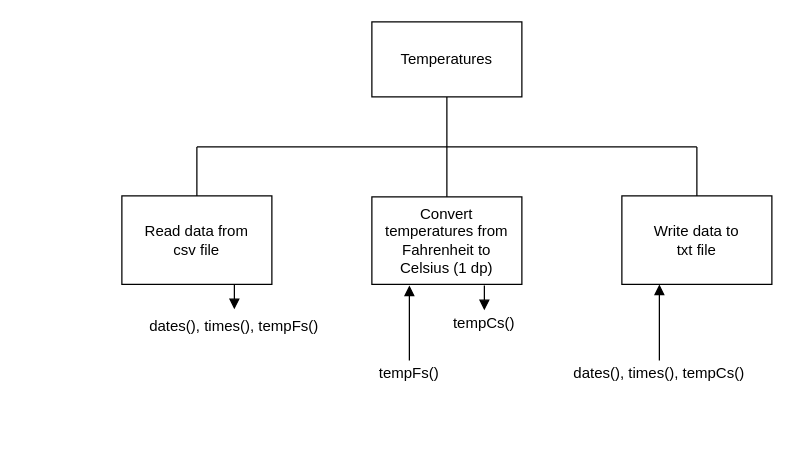
Above: page "sd" (1 of 2) of h-cs/sdd/H-SDD-Temperature/assets/H SDD Temperature.drawio in MrFriendCS/MrFriendCS.github.io (draw.io), before the change. Source tidied: cells renumbered, new cells numbered last; positions are measured from the earlier drawing's top-left corner, leaving out a move shared by most shapes. Both pictures are drawn from the tidied source at 125%, with x=0, y=0 at pixel (121, 21).
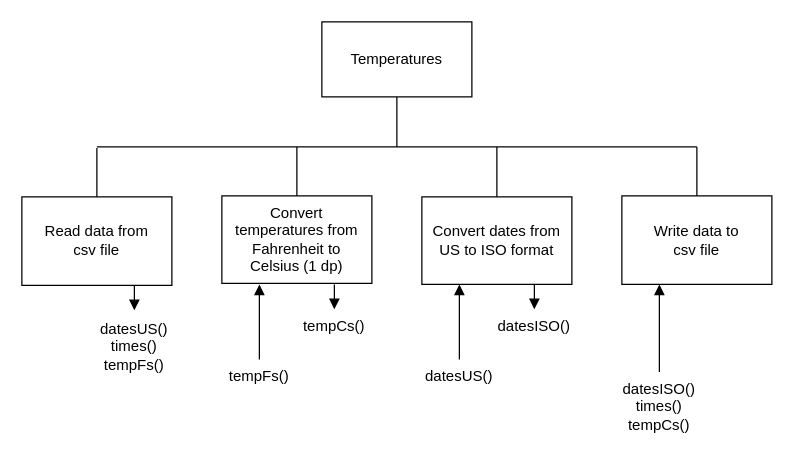
The same diagram, later.

Diff of the diagram source:
```diff
@@
-    <mxCell id="2" style="edgeStyle=orthogonalEdgeStyle;rounded=0;jettySize=auto;html=1;exitX=0.5;exitY=1;exitDx=0;exitDy=0;entryX=0.5;entryY=0;entryDx=0;entryDy=0;labelBackgroundColor=default;fontColor=default;strokeColor=default;endArrow=none;endFill=0;" parent="1" edge="1" source="3" target="15">
-      <mxGeometry relative="1" as="geometry" />
-    </mxCell>
+    <mxCell id="18" style="edgeStyle=orthogonalEdgeStyle;rounded=0;jettySize=auto;html=1;exitX=0.5;exitY=1;exitDx=0;exitDy=0;endArrow=none;endFill=0;" parent="1" edge="1" source="3">
+      <mxGeometry relative="1" as="geometry">
+        <mxPoint x="220" y="100" as="targetPoint" />
+      </mxGeometry>
+    </mxCell>
     <mxCell id="3" value="Temperatures" style="rounded=0;whiteSpace=wrap;html=1;fillColor=default;strokeColor=default;fontColor=default;" parent="1" vertex="1">
-      <mxGeometry x="200" width="120" height="60" as="geometry" />
+      <mxGeometry x="160" width="120" height="60" as="geometry" />
     </mxCell>
     <mxCell id="4" style="edgeStyle=orthogonalEdgeStyle;rounded=0;orthogonalLoop=1;jettySize=auto;html=1;exitX=0.75;exitY=1;exitDx=0;exitDy=0;startArrow=none;startFill=0;endArrow=block;endFill=1;strokeColor=default;labelBackgroundColor=default;fontColor=default;" parent="1" edge="1">
       <mxGeometry relative="1" as="geometry">
-        <mxPoint x="90" y="210" as="sourcePoint" />
-        <mxPoint x="90" y="230" as="targetPoint" />
+        <mxPoint x="10" y="210.8" as="sourcePoint" />
+        <mxPoint x="10" y="230.8" as="targetPoint" />
       </mxGeometry>
     </mxCell>
     <mxCell id="5" style="edgeStyle=orthogonalEdgeStyle;rounded=0;jettySize=auto;html=1;exitX=0.5;exitY=0;exitDx=0;exitDy=0;labelBackgroundColor=default;fontColor=default;endArrow=none;endFill=0;strokeColor=default;" parent="1" edge="1" source="6">
       <mxGeometry relative="1" as="geometry">
-        <mxPoint x="60" y="100" as="targetPoint" />
+        <mxPoint x="-20" y="100.8" as="targetPoint" />
       </mxGeometry>
     </mxCell>
     <mxCell id="6" value="Read data from&lt;div&gt;csv file&lt;/div&gt;" style="rounded=0;whiteSpace=wrap;html=1;strokeColor=default;labelBackgroundColor=default;fontColor=default;spacingLeft=4;spacingRight=4;" parent="1" vertex="1">
-      <mxGeometry y="139.2" width="120" height="70.8" as="geometry" />
+      <mxGeometry x="-80" y="140" width="120" height="70.8" as="geometry" />
     </mxCell>
-    <mxCell id="7" value="dates(), times(), tempFs()" style="text;html=1;strokeColor=none;fillColor=none;align=center;verticalAlign=middle;whiteSpace=wrap;rounded=0;" parent="1" vertex="1">
-      <mxGeometry x="20" y="234" width="140" height="20" as="geometry" />
+    <mxCell id="7" value="datesUS()&lt;div&gt;times()&lt;/div&gt;&lt;div&gt;tempFs()&lt;/div&gt;" style="text;html=1;strokeColor=none;fillColor=none;align=center;verticalAlign=top;whiteSpace=wrap;rounded=0;" parent="1" vertex="1">
+      <mxGeometry x="-20" y="231.6" width="60" height="59.2" as="geometry" />
     </mxCell>
@@
-    <mxCell id="9" style="edgeStyle=orthogonalEdgeStyle;rounded=0;jettySize=auto;html=1;exitX=0.25;exitY=1;exitDx=0;exitDy=0;entryX=0.5;entryY=0;entryDx=0;entryDy=0;endArrow=none;endFill=0;startArrow=block;startFill=1;" parent="1" edge="1" source="10" target="17">
-      <mxGeometry relative="1" as="geometry" />
+    <mxCell id="9" style="edgeStyle=orthogonalEdgeStyle;rounded=0;jettySize=auto;html=1;exitX=0.25;exitY=1;exitDx=0;exitDy=0;entryX=0.5;entryY=0;entryDx=0;entryDy=0;endArrow=none;endFill=0;startArrow=block;startFill=1;" parent="1" edge="1" source="10">
+      <mxGeometry relative="1" as="geometry">
+        <mxPoint x="430" y="280" as="targetPoint" />
+      </mxGeometry>
     </mxCell>
-    <mxCell id="10" value="Write data to&lt;div&gt;txt file&lt;/div&gt;" style="rounded=0;whiteSpace=wrap;html=1;strokeColor=default;labelBackgroundColor=default;fontColor=default;spacingLeft=4;spacingRight=4;" parent="1" vertex="1">
+    <mxCell id="10" value="Write data to&lt;div&gt;csv file&lt;/div&gt;" style="rounded=0;whiteSpace=wrap;html=1;strokeColor=default;labelBackgroundColor=default;fontColor=default;spacingLeft=4;spacingRight=4;" parent="1" vertex="1">
       <mxGeometry x="400" y="139.2" width="120" height="70.8" as="geometry" />
     </mxCell>
-    <mxCell id="11" value="tempFs()" style="text;html=1;strokeColor=none;fillColor=none;align=center;verticalAlign=middle;whiteSpace=wrap;rounded=0;fontColor=default;" parent="1" vertex="1">
-      <mxGeometry x="200" y="270.8" width="60" height="20" as="geometry" />
+    <mxCell id="11" value="tempFs()" style="text;html=1;strokeColor=none;fillColor=none;align=center;verticalAlign=top;whiteSpace=wrap;rounded=0;fontColor=default;" parent="1" vertex="1">
+      <mxGeometry x="80" y="270" width="60" height="30" as="geometry" />
     </mxCell>
     <mxCell id="12" style="endArrow=none;html=1;strokeColor=default;labelBackgroundColor=default;fontColor=default;" parent="1" edge="1">
       <mxGeometry relative="1" as="geometry">
-        <mxPoint x="60" y="100" as="sourcePoint" />
+        <mxPoint x="-20" y="100" as="sourcePoint" />
         <mxPoint x="460" y="100" as="targetPoint" />
       </mxGeometry>
     </mxCell>
     <mxCell id="13" style="edgeStyle=orthogonalEdgeStyle;rounded=0;orthogonalLoop=1;jettySize=auto;html=1;exitX=0.75;exitY=1;exitDx=0;exitDy=0;endArrow=block;endFill=1;fontColor=default;" parent="1" edge="1">
       <mxGeometry relative="1" as="geometry">
-        <mxPoint x="290" y="210.8" as="sourcePoint" />
-        <mxPoint x="290" y="230.8" as="targetPoint" />
+        <mxPoint x="170" y="210" as="sourcePoint" />
+        <mxPoint x="170" y="230" as="targetPoint" />
       </mxGeometry>
     </mxCell>
     <mxCell id="14" style="edgeStyle=orthogonalEdgeStyle;rounded=0;orthogonalLoop=1;jettySize=auto;html=1;exitX=0.25;exitY=1;exitDx=0;exitDy=0;endArrow=none;endFill=0;startArrow=block;startFill=1;fontColor=default;" parent="1" edge="1">
       <mxGeometry relative="1" as="geometry">
-        <mxPoint x="230" y="210.8" as="sourcePoint" />
-        <mxPoint x="230" y="270.8" as="targetPoint" />
+        <mxPoint x="110" y="210" as="sourcePoint" />
+        <mxPoint x="110" y="270" as="targetPoint" />
       </mxGeometry>
     </mxCell>
+    <mxCell id="19" style="edgeStyle=orthogonalEdgeStyle;rounded=0;jettySize=auto;html=1;exitX=0.5;exitY=0;exitDx=0;exitDy=0;endArrow=none;endFill=0;" parent="1" edge="1" source="15">
+      <mxGeometry relative="1" as="geometry">
+        <mxPoint x="140" y="100" as="targetPoint" />
+      </mxGeometry>
+    </mxCell>
     <mxCell id="15" value="Convert temperatures from Fahrenheit to Celsius (1 dp)" style="rounded=0;whiteSpace=wrap;html=1;fontColor=default;spacingLeft=4;spacingRight=4;" parent="1" vertex="1">
-      <mxGeometry x="200" y="140" width="120" height="70" as="geometry" />
+      <mxGeometry x="80" y="139.2" width="120" height="70" as="geometry" />
     </mxCell>
-    <mxCell id="16" value="tempCs()" style="text;html=1;strokeColor=none;fillColor=none;align=center;verticalAlign=middle;whiteSpace=wrap;rounded=0;fontColor=default;" parent="1" vertex="1">
-      <mxGeometry x="265" y="230.8" width="50" height="20" as="geometry" />
+    <mxCell id="16" value="tempCs()" style="text;html=1;strokeColor=none;fillColor=none;align=center;verticalAlign=top;whiteSpace=wrap;rounded=0;fontColor=default;" parent="1" vertex="1">
+      <mxGeometry x="140" y="230" width="60" height="30" as="geometry" />
     </mxCell>
-    <mxCell id="17" value="dates(), times(), tempCs()" style="text;html=1;strokeColor=none;fillColor=none;align=center;verticalAlign=middle;whiteSpace=wrap;rounded=0;fontColor=default;labelBackgroundColor=default;" parent="1" vertex="1">
-      <mxGeometry x="360" y="270.8" width="140" height="20" as="geometry" />
-    </mxCell>
+    <mxCell id="20" style="edgeStyle=orthogonalEdgeStyle;rounded=0;jettySize=auto;html=1;exitX=0.25;exitY=1;exitDx=0;exitDy=0;endArrow=none;endFill=0;startArrow=block;startFill=1;" parent="1" edge="1" source="23">
+      <mxGeometry relative="1" as="geometry">
+        <mxPoint x="270" y="270" as="targetPoint" />
+      </mxGeometry>
+    </mxCell>
+    <mxCell id="21" style="edgeStyle=orthogonalEdgeStyle;rounded=0;jettySize=auto;html=1;exitX=0.75;exitY=1;exitDx=0;exitDy=0;endArrow=block;endFill=1;" parent="1" edge="1" source="23">
+      <mxGeometry relative="1" as="geometry">
+        <mxPoint x="330" y="230" as="targetPoint" />
+      </mxGeometry>
+    </mxCell>
+    <mxCell id="22" style="edgeStyle=orthogonalEdgeStyle;rounded=0;jettySize=auto;html=1;exitX=0.5;exitY=0;exitDx=0;exitDy=0;endArrow=none;endFill=0;" parent="1" edge="1" source="23">
+      <mxGeometry relative="1" as="geometry">
+        <mxPoint x="300" y="100" as="targetPoint" />
+      </mxGeometry>
+    </mxCell>
+    <mxCell id="23" value="Convert dates from US to ISO format" style="rounded=0;whiteSpace=wrap;html=1;fontColor=default;spacingLeft=4;spacingRight=4;" parent="1" vertex="1">
+      <mxGeometry x="240" y="140" width="120" height="70" as="geometry" />
+    </mxCell>
+    <mxCell id="24" value="datesUS()" style="text;html=1;strokeColor=none;fillColor=none;align=center;verticalAlign=top;whiteSpace=wrap;rounded=0;fontColor=default;" parent="1" vertex="1">
+      <mxGeometry x="240" y="270" width="60" height="30" as="geometry" />
+    </mxCell>
+    <mxCell id="25" value="datesISO()" style="text;html=1;strokeColor=none;fillColor=none;align=center;verticalAlign=top;whiteSpace=wrap;rounded=0;fontColor=default;" parent="1" vertex="1">
+      <mxGeometry x="300" y="230" width="60" height="30" as="geometry" />
+    </mxCell>
+    <mxCell id="26" value="&lt;span style=&quot;background-color: rgb(255, 255, 255);&quot;&gt;datesISO()&lt;/span&gt;&lt;div&gt;times()&lt;/div&gt;&lt;div&gt;tempCs()&lt;/div&gt;" style="text;html=1;align=center;verticalAlign=top;whiteSpace=wrap;rounded=0;" parent="1" vertex="1">
+      <mxGeometry x="400" y="280" width="60" height="60" as="geometry" />
+    </mxCell>
```
